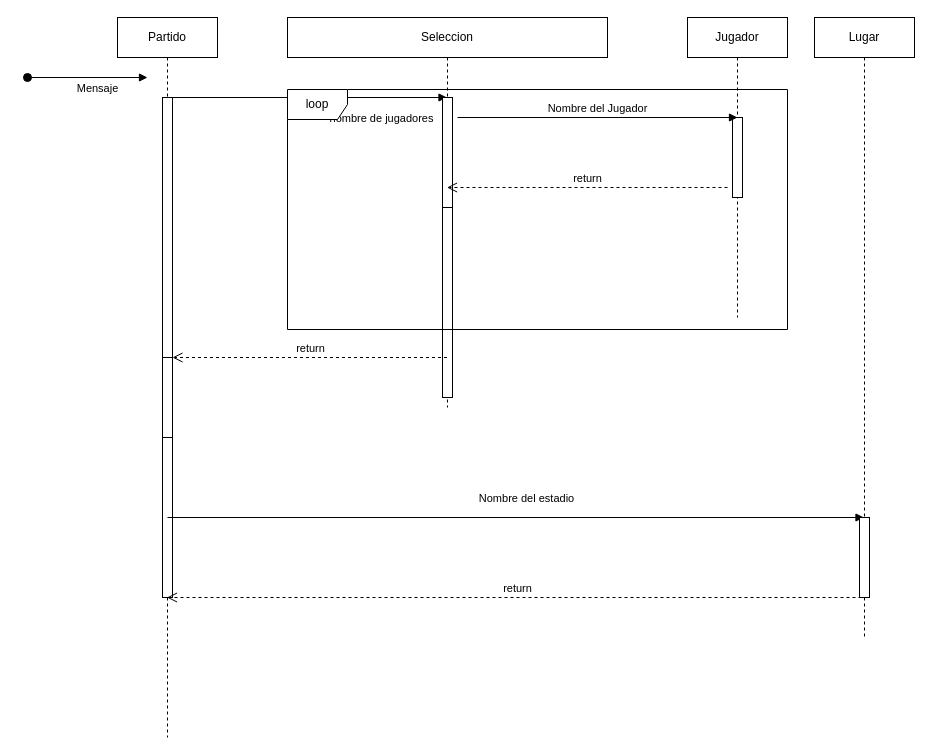
Above: tp1DS.drawio in sebastian-butcovich/Fifa-Qatar2 (draw.io), before the change. Source tidied: cells renumbered, new cells numbered last; positions are measured from the earlier drawing's top-left corner, leaving out a move shared by most shapes. Both pictures are drawn from the tidied source at 100%, with x=0, y=0 at pixel (27, 17).
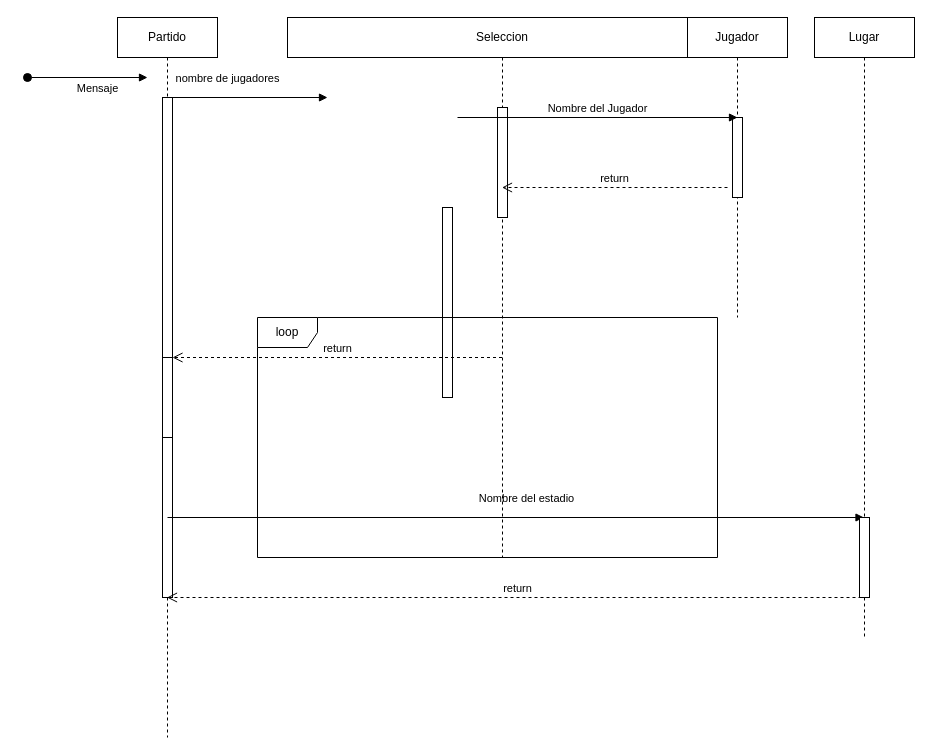
The same page after the edit.

Unchanged cells that the change refers to:
```xml
<mxCell id="3" value="Partido" style="shape=umlLifeline;perimeter=lifelinePerimeter;whiteSpace=wrap;html=1;outlineConnect=0;" parent="1" vertex="1">
  <mxGeometry x="90" width="100" height="720" as="geometry" />
</mxCell>
```

Change to the diagram source:
```diff
@@
-    <mxCell id="5" value="nombre de jugadores" style="html=1;verticalAlign=bottom;endArrow=block;rounded=0;" parent="3" edge="1" target="9">
-      <mxGeometry x="0.53" y="-30" relative="1" as="geometry">
+    <mxCell id="5" value="nombre de jugadores" style="html=1;verticalAlign=bottom;endArrow=block;rounded=0;" parent="3" edge="1">
+      <mxGeometry x="-0.25" y="10" relative="1" as="geometry">
         <mxPoint x="50" y="80" as="sourcePoint" />
+        <mxPoint x="210" y="80" as="targetPoint" />
       </mxGeometry>
     </mxCell>
@@
     <mxCell id="9" value="Seleccion" style="shape=umlLifeline;perimeter=lifelinePerimeter;whiteSpace=wrap;html=1;outlineConnect=0;" parent="1" vertex="1">
-      <mxGeometry x="260" width="320" height="390" as="geometry" />
+      <mxGeometry x="260" width="430" height="540" as="geometry" />
     </mxCell>
     <mxCell id="10" style="html=1;perimeter=orthogonalPerimeter;" parent="9" vertex="1">
-      <mxGeometry x="155" y="80" width="10" height="110" as="geometry" />
+      <mxGeometry x="210" y="90" width="10" height="110" as="geometry" />
     </mxCell>
@@
+    <mxCell id="14" value="loop" style="shape=umlFrame;whiteSpace=wrap;html=1;" parent="9" vertex="1">
+      <mxGeometry x="-30" y="300" width="460" height="240" as="geometry" />
+    </mxCell>
@@
-    <mxCell id="14" value="loop" style="shape=umlFrame;whiteSpace=wrap;html=1;" parent="1" vertex="1">
-      <mxGeometry x="260" y="72" width="500" height="240" as="geometry" />
-    </mxCell>
```
